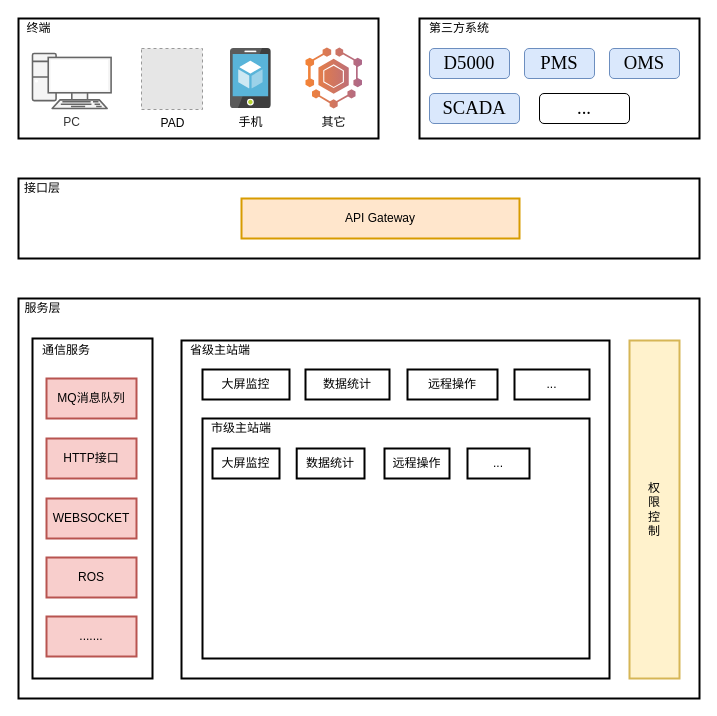
The draw.io diagram 易达智慧运维监控系统v2.0.drawio in wangyufei0807/draw, before the edit. Source tidied: cells renumbered, new cells numbered last; positions are measured from the earlier drawing's top-left corner, leaving out a move shared by most shapes. Both pictures are drawn from the tidied source at 100%, with x=0, y=0 at pixel (18, 18). Pictures stored in the file or linked from it are replaced by grey dashed boxes.
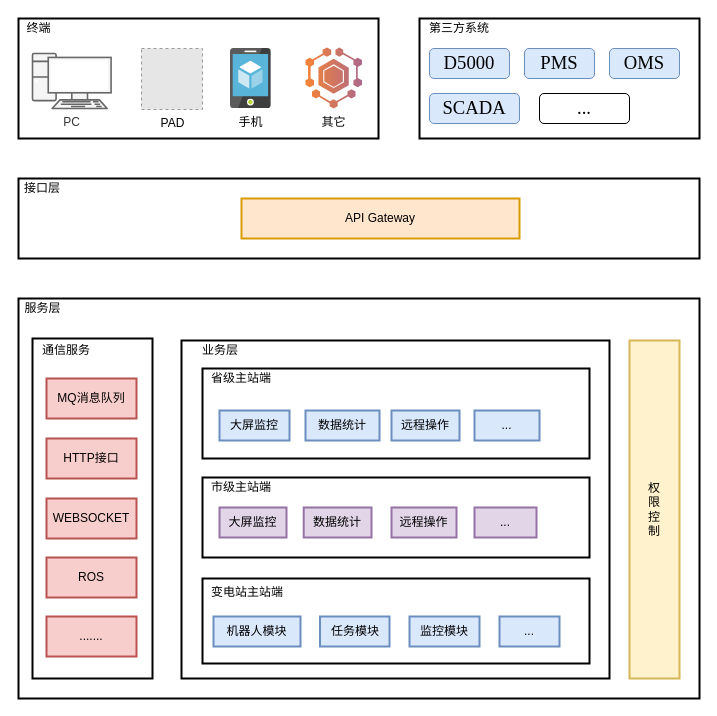
Above is the later version.

Commit message (it also covers changes not shown here):
更新易达智慧运维监控系统v2.0.drawio

Diff of the diagram source:
```diff
@@
+    <mxCell id="18" style="rounded=0;whiteSpace=wrap;html=1;labelBackgroundColor=#333333;strokeWidth=2;fillColor=none;" parent="1" vertex="1">
+      <mxGeometry y="280" width="681" height="400" as="geometry" />
+    </mxCell>
+    <mxCell id="27" style="rounded=0;whiteSpace=wrap;html=1;labelBackgroundColor=none;strokeWidth=2;fillColor=none;" parent="1" vertex="1">
+      <mxGeometry x="163" y="322" width="428" height="338" as="geometry" />
+    </mxCell>
+    <mxCell id="40" style="rounded=0;whiteSpace=wrap;html=1;labelBackgroundColor=none;strokeWidth=2;fillColor=none;" parent="1" vertex="1">
+      <mxGeometry x="184" y="350" width="387" height="90" as="geometry" />
+    </mxCell>
@@
-    <mxCell id="18" style="rounded=0;whiteSpace=wrap;html=1;labelBackgroundColor=#333333;strokeWidth=2;fillColor=none;" parent="1" vertex="1">
-      <mxGeometry y="280" width="681" height="400" as="geometry" />
-    </mxCell>
@@
-    <mxCell id="27" style="rounded=0;whiteSpace=wrap;html=1;labelBackgroundColor=none;strokeWidth=2;fillColor=none;" parent="1" vertex="1">
-      <mxGeometry x="163" y="322" width="428" height="338" as="geometry" />
-    </mxCell>
@@
     <mxCell id="29" style="rounded=0;whiteSpace=wrap;html=1;labelBackgroundColor=none;strokeWidth=2;fillColor=none;" parent="1" vertex="1">
-      <mxGeometry x="184" y="400" width="387" height="240" as="geometry" />
+      <mxGeometry x="184" y="459" width="387" height="80" as="geometry" />
     </mxCell>
-    <mxCell id="30" value="大屏监控" style="rounded=0;whiteSpace=wrap;html=1;labelBackgroundColor=none;strokeWidth=2;fillColor=none;" parent="1" vertex="1">
-      <mxGeometry x="184" y="351" width="87" height="30" as="geometry" />
+    <mxCell id="30" value="大屏监控" style="rounded=0;whiteSpace=wrap;html=1;labelBackgroundColor=none;strokeWidth=2;fillColor=#dae8fc;strokeColor=#6c8ebf;" parent="1" vertex="1">
+      <mxGeometry x="201" y="392" width="70" height="30" as="geometry" />
     </mxCell>
-    <mxCell id="31" value="省级主站端" style="text;html=1;strokeColor=none;fillColor=none;align=center;verticalAlign=middle;whiteSpace=wrap;rounded=0;labelBackgroundColor=none;" parent="1" vertex="1">
+    <mxCell id="31" value="业务层" style="text;html=1;strokeColor=none;fillColor=none;align=center;verticalAlign=middle;whiteSpace=wrap;rounded=0;labelBackgroundColor=none;" parent="1" vertex="1">
       <mxGeometry x="163" y="322" width="78" height="20" as="geometry" />
     </mxCell>
-    <mxCell id="32" value="数据统计" style="rounded=0;whiteSpace=wrap;html=1;labelBackgroundColor=none;strokeWidth=2;fillColor=none;" parent="1" vertex="1">
-      <mxGeometry x="287" y="351" width="84" height="30" as="geometry" />
+    <mxCell id="32" value="数据统计" style="rounded=0;whiteSpace=wrap;html=1;labelBackgroundColor=none;strokeWidth=2;fillColor=#dae8fc;strokeColor=#6c8ebf;" parent="1" vertex="1">
+      <mxGeometry x="287" y="392" width="74" height="30" as="geometry" />
     </mxCell>
-    <mxCell id="33" value="远程操作" style="rounded=0;whiteSpace=wrap;html=1;labelBackgroundColor=none;strokeWidth=2;fillColor=none;" parent="1" vertex="1">
-      <mxGeometry x="389" y="351" width="90" height="30" as="geometry" />
+    <mxCell id="33" value="远程操作" style="rounded=0;whiteSpace=wrap;html=1;labelBackgroundColor=none;strokeWidth=2;fillColor=#dae8fc;strokeColor=#6c8ebf;" parent="1" vertex="1">
+      <mxGeometry x="373" y="392" width="68" height="30" as="geometry" />
     </mxCell>
-    <mxCell id="34" value="..." style="rounded=0;whiteSpace=wrap;html=1;labelBackgroundColor=none;strokeWidth=2;fillColor=none;" parent="1" vertex="1">
-      <mxGeometry x="496" y="351" width="75" height="30" as="geometry" />
+    <mxCell id="34" value="..." style="rounded=0;whiteSpace=wrap;html=1;labelBackgroundColor=none;strokeWidth=2;fillColor=#dae8fc;strokeColor=#6c8ebf;" parent="1" vertex="1">
+      <mxGeometry x="456" y="392" width="65" height="30" as="geometry" />
     </mxCell>
     <mxCell id="35" value="市级主站端" style="text;html=1;strokeColor=none;fillColor=none;align=center;verticalAlign=middle;whiteSpace=wrap;rounded=0;labelBackgroundColor=none;" parent="1" vertex="1">
-      <mxGeometry x="184" y="400" width="78" height="20" as="geometry" />
+      <mxGeometry x="184" y="459" width="78" height="20" as="geometry" />
     </mxCell>
-    <mxCell id="36" value="大屏监控" style="rounded=0;whiteSpace=wrap;html=1;labelBackgroundColor=none;strokeWidth=2;fillColor=none;" parent="1" vertex="1">
-      <mxGeometry x="194" y="430" width="67" height="30" as="geometry" />
+    <mxCell id="36" value="大屏监控" style="rounded=0;whiteSpace=wrap;html=1;labelBackgroundColor=none;strokeWidth=2;fillColor=#e1d5e7;strokeColor=#9673a6;" parent="1" vertex="1">
+      <mxGeometry x="201" y="489" width="67" height="30" as="geometry" />
     </mxCell>
-    <mxCell id="37" value="数据统计" style="rounded=0;whiteSpace=wrap;html=1;labelBackgroundColor=none;strokeWidth=2;fillColor=none;" parent="1" vertex="1">
-      <mxGeometry x="278.2" y="430" width="67.8" height="30" as="geometry" />
+    <mxCell id="37" value="数据统计" style="rounded=0;whiteSpace=wrap;html=1;labelBackgroundColor=none;strokeWidth=2;fillColor=#e1d5e7;strokeColor=#9673a6;" parent="1" vertex="1">
+      <mxGeometry x="285.2" y="489" width="67.8" height="30" as="geometry" />
     </mxCell>
-    <mxCell id="38" value="远程操作" style="rounded=0;whiteSpace=wrap;html=1;labelBackgroundColor=none;strokeWidth=2;fillColor=none;" parent="1" vertex="1">
-      <mxGeometry x="366" y="430" width="65" height="30" as="geometry" />
+    <mxCell id="38" value="远程操作" style="rounded=0;whiteSpace=wrap;html=1;labelBackgroundColor=none;strokeWidth=2;fillColor=#e1d5e7;strokeColor=#9673a6;" parent="1" vertex="1">
+      <mxGeometry x="373" y="489" width="65" height="30" as="geometry" />
     </mxCell>
-    <mxCell id="39" value="..." style="rounded=0;whiteSpace=wrap;html=1;labelBackgroundColor=none;strokeWidth=2;fillColor=none;" parent="1" vertex="1">
-      <mxGeometry x="449" y="430" width="62" height="30" as="geometry" />
+    <mxCell id="39" value="..." style="rounded=0;whiteSpace=wrap;html=1;labelBackgroundColor=none;strokeWidth=2;fillColor=#e1d5e7;strokeColor=#9673a6;" parent="1" vertex="1">
+      <mxGeometry x="456" y="489" width="62" height="30" as="geometry" />
     </mxCell>
+    <mxCell id="41" style="rounded=0;whiteSpace=wrap;html=1;labelBackgroundColor=none;strokeWidth=2;fillColor=none;" parent="1" vertex="1">
+      <mxGeometry x="184" y="560" width="387" height="85" as="geometry" />
+    </mxCell>
+    <mxCell id="42" value="变电站主站端" style="text;html=1;strokeColor=none;fillColor=none;align=center;verticalAlign=middle;whiteSpace=wrap;rounded=0;labelBackgroundColor=none;" parent="1" vertex="1">
+      <mxGeometry x="189.5" y="564" width="78" height="20" as="geometry" />
+    </mxCell>
+    <mxCell id="43" value="机器人模块" style="rounded=0;whiteSpace=wrap;html=1;labelBackgroundColor=none;strokeWidth=2;fillColor=#dae8fc;strokeColor=#6c8ebf;" parent="1" vertex="1">
+      <mxGeometry x="195" y="598" width="87" height="30" as="geometry" />
+    </mxCell>
+    <mxCell id="44" value="任务模块" style="rounded=0;whiteSpace=wrap;html=1;labelBackgroundColor=none;strokeWidth=2;fillColor=#dae8fc;strokeColor=#6c8ebf;" parent="1" vertex="1">
+      <mxGeometry x="301.5" y="598" width="69.5" height="30" as="geometry" />
+    </mxCell>
+    <mxCell id="45" value="监控模块" style="rounded=0;whiteSpace=wrap;html=1;labelBackgroundColor=none;strokeWidth=2;fillColor=#dae8fc;strokeColor=#6c8ebf;" parent="1" vertex="1">
+      <mxGeometry x="391" y="598" width="70" height="30" as="geometry" />
+    </mxCell>
+    <mxCell id="46" value="省级主站端" style="text;html=1;strokeColor=none;fillColor=none;align=center;verticalAlign=middle;whiteSpace=wrap;rounded=0;labelBackgroundColor=none;" parent="1" vertex="1">
+      <mxGeometry x="184" y="350" width="78" height="20" as="geometry" />
+    </mxCell>
+    <mxCell id="47" value="..." style="rounded=0;whiteSpace=wrap;html=1;labelBackgroundColor=none;strokeWidth=2;fillColor=#dae8fc;strokeColor=#6c8ebf;" parent="1" vertex="1">
+      <mxGeometry x="481" y="598" width="60" height="30" as="geometry" />
+    </mxCell>
```
